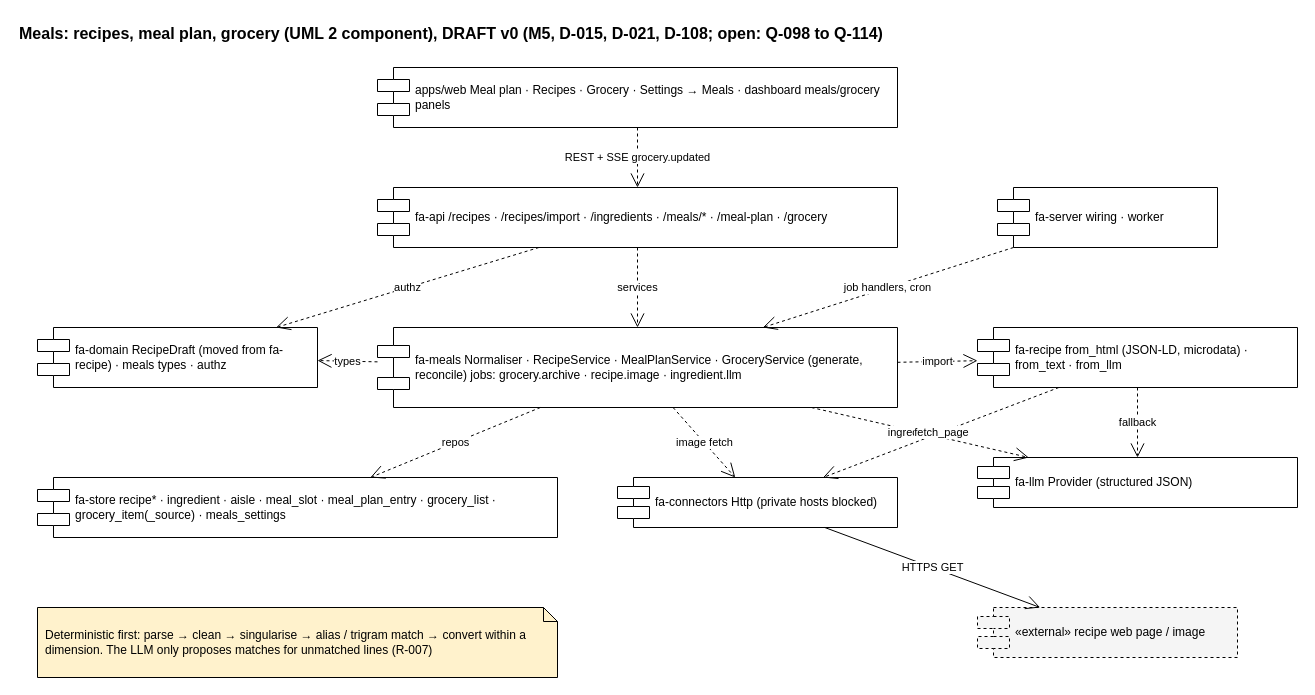
Before: page "Components" (1 of 3) of arch/Meals.drawio in JonGanz/family-assistant, a draw.io diagram. Source tidied: cells renumbered, new cells numbered last; positions are measured from the earlier drawing's top-left corner, leaving out a move shared by most shapes. Both pictures are drawn from the tidied source at 100%, with x=0, y=0 at pixel (17, 17).
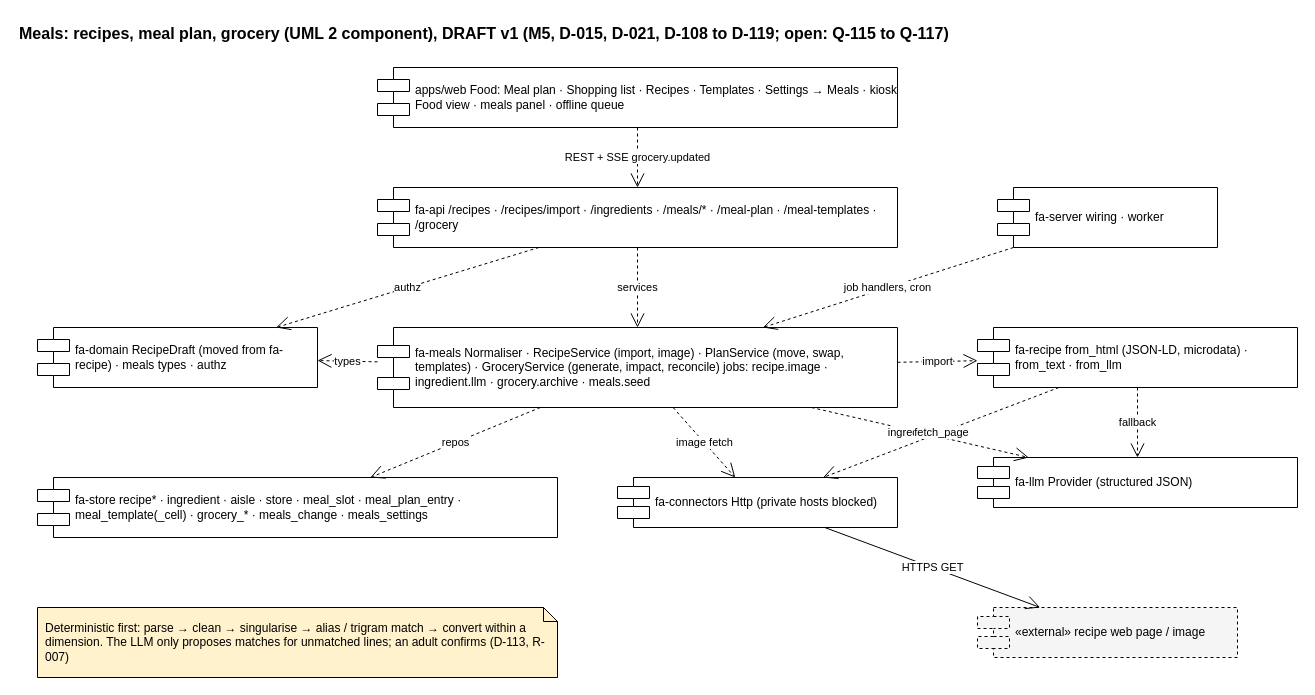
Above is the later version.

Change to the diagram source:
```diff
@@
-    <mxCell id="2" value="Meals: recipes, meal plan, grocery (UML 2 component), DRAFT v0 (M5, D-015, D-021, D-108; open: Q-098 to Q-114)" style="text;fontSize=16;fontStyle=1;html=1;" parent="1" vertex="1">
+    <mxCell id="2" value="Meals: recipes, meal plan, grocery (UML 2 component), DRAFT v1 (M5, D-015, D-021, D-108 to D-119; open: Q-115 to Q-117)" style="text;fontSize=16;fontStyle=1;html=1;" parent="1" vertex="1">
       <mxGeometry width="1200" height="30" as="geometry" />
     </mxCell>
-    <mxCell id="3" value="apps/web Meal plan · Recipes · Grocery · Settings → Meals · dashboard meals/grocery panels" style="shape=component;align=left;spacingLeft=36;html=1;whiteSpace=wrap;" parent="1" vertex="1">
+    <mxCell id="3" value="apps/web Food: Meal plan · Shopping list · Recipes · Templates · Settings → Meals · kiosk Food view · meals panel · offline queue" style="shape=component;align=left;spacingLeft=36;html=1;whiteSpace=wrap;" parent="1" vertex="1">
       <mxGeometry x="360" y="50" width="520" height="60" as="geometry" />
     </mxCell>
-    <mxCell id="4" value="fa-api /recipes · /recipes/import · /ingredients · /meals/* · /meal-plan · /grocery" style="shape=component;align=left;spacingLeft=36;html=1;whiteSpace=wrap;" parent="1" vertex="1">
+    <mxCell id="4" value="fa-api /recipes · /recipes/import · /ingredients · /meals/* · /meal-plan · /meal-templates · /grocery" style="shape=component;align=left;spacingLeft=36;html=1;whiteSpace=wrap;" parent="1" vertex="1">
       <mxGeometry x="360" y="170" width="520" height="60" as="geometry" />
     </mxCell>
@@
-    <mxCell id="6" value="fa-meals Normaliser · RecipeService · MealPlanService · GroceryService (generate, reconcile) jobs: grocery.archive · recipe.image · ingredient.llm" style="shape=component;align=left;spacingLeft=36;html=1;whiteSpace=wrap;" parent="1" vertex="1">
+    <mxCell id="6" value="fa-meals Normaliser · RecipeService (import, image) · PlanService (move, swap, templates) · GroceryService (generate, impact, reconcile) jobs: recipe.image · ingredient.llm · grocery.archive · meals.seed" style="shape=component;align=left;spacingLeft=36;html=1;whiteSpace=wrap;" parent="1" vertex="1">
       <mxGeometry x="360" y="310" width="520" height="80" as="geometry" />
     </mxCell>
@@
-    <mxCell id="11" value="fa-store recipe* · ingredient · aisle · meal_slot · meal_plan_entry · grocery_list · grocery_item(_source) · meals_settings" style="shape=component;align=left;spacingLeft=36;html=1;whiteSpace=wrap;" parent="1" vertex="1">
+    <mxCell id="11" value="fa-store recipe* · ingredient · aisle · store · meal_slot · meal_plan_entry · meal_template(_cell) · grocery_* · meals_change · meals_settings" style="shape=component;align=left;spacingLeft=36;html=1;whiteSpace=wrap;" parent="1" vertex="1">
       <mxGeometry x="20" y="460" width="520" height="60" as="geometry" />
     </mxCell>
@@
-    <mxCell id="25" value="Deterministic first: parse → clean → singularise → alias / trigram match → convert within a dimension. The LLM only proposes matches for unmatched lines (R-007)" style="shape=note;size=14;html=1;whiteSpace=wrap;align=left;spacingLeft=6;fillColor=#fff2cc;" parent="1" vertex="1">
+    <mxCell id="25" value="Deterministic first: parse → clean → singularise → alias / trigram match → convert within a dimension. The LLM only proposes matches for unmatched lines; an adult confirms (D-113, R-007)" style="shape=note;size=14;html=1;whiteSpace=wrap;align=left;spacingLeft=6;fillColor=#fff2cc;" parent="1" vertex="1">
       <mxGeometry x="20" y="590" width="520" height="70" as="geometry" />
     </mxCell>
```
